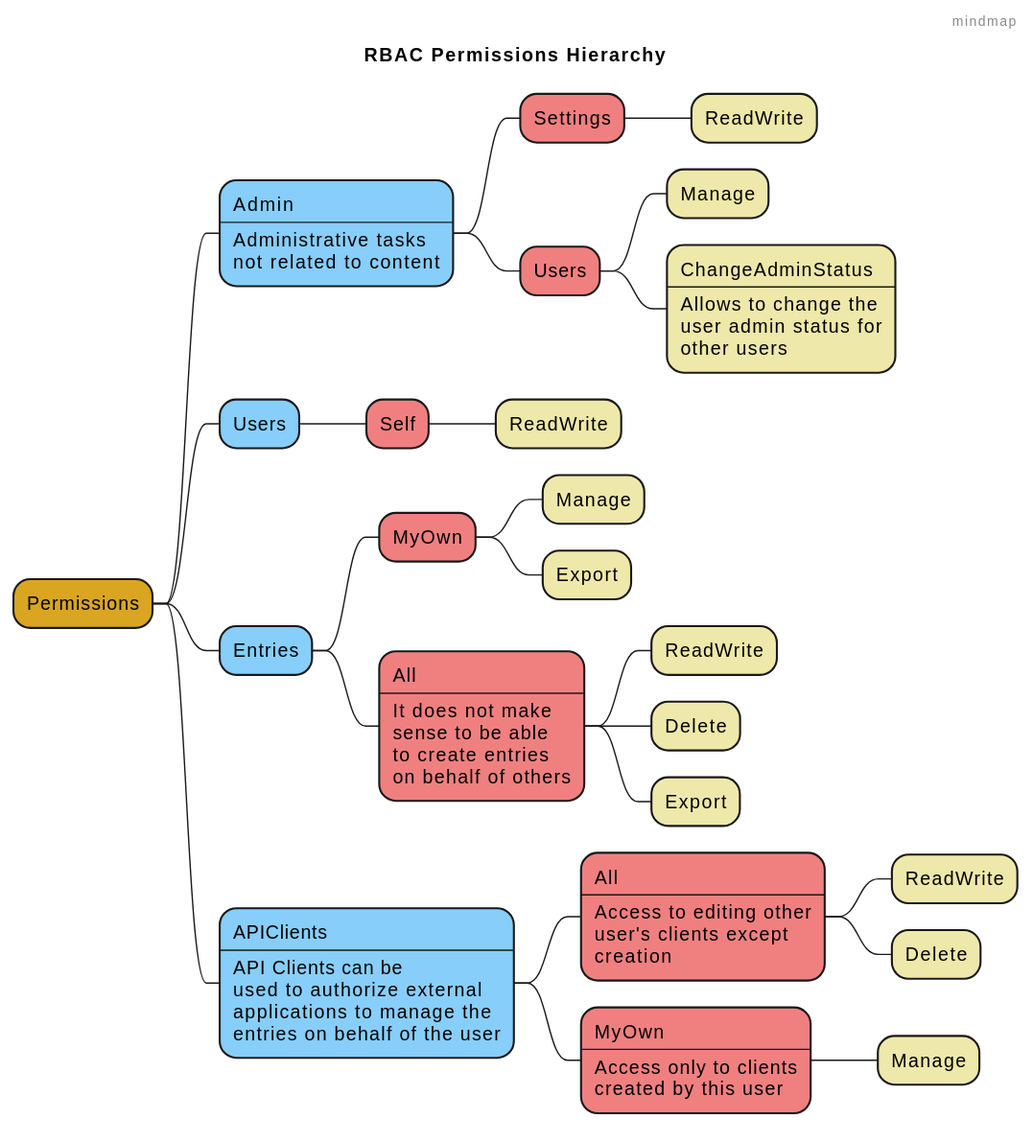
Earlier version of the PlantUML export docs/diagrams/dist/rbac-permissions-mindmap.svg (xomiachuna/wallabago). The source it was exported from:
```plantuml
@startmindmap rbac-permissions-mindmap
header mindmap
title RBAC Permissions Hierarchy
<style>
mindmapDiagram {
    :depth(0) {
        BackgroundColor GoldenRod
    }

    :depth(1) {
        BackgroundColor LightSkyBlue
    }

    :depth(2) {
        BackgroundColor LightCoral
    }

    :depth(3) {
        BackgroundColor PaleGoldenRod
    }
}
</style>
* Permissions

**:Admin
----
Administrative tasks
not related to content;
*** Settings
**** ReadWrite
*** Users
**** Manage
****:ChangeAdminStatus
----
Allows to change the
user admin status for
other users;

** Users
*** Self
**** ReadWrite

** Entries
*** MyOwn
**** Manage
**** Export
***:All
----
It does not make
sense to be able
to create entries
on behalf of others;
**** ReadWrite
**** Delete
**** Export


**:APIClients
----
API Clients can be
used to authorize external
applications to manage the
entries on behalf of the user;
***:All
----
Access to editing other
user's clients except
creation;
**** ReadWrite
**** Delete

***:MyOwn
----
Access only to clients
created by this user;
**** Manage
@endmindmap
```
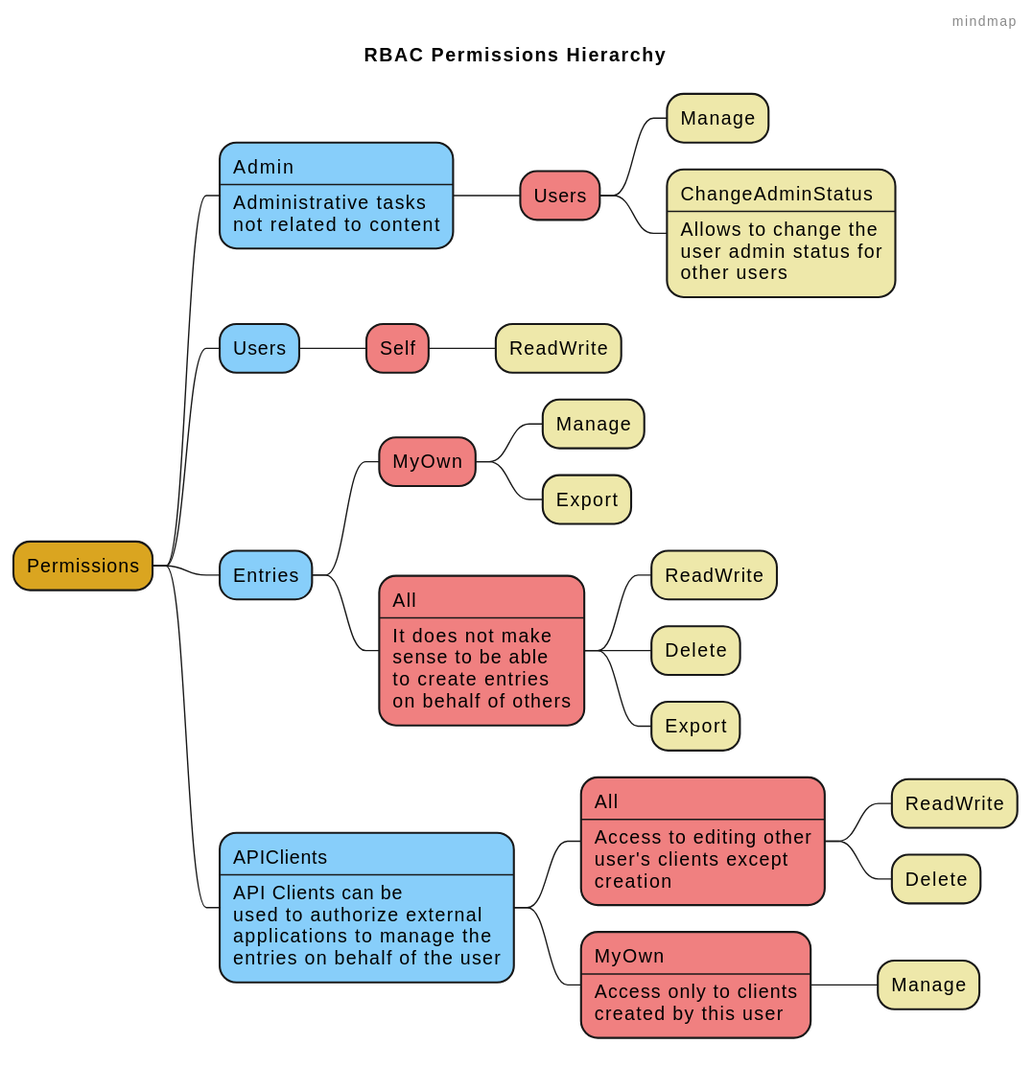
After the change.

Change to the diagram source:
```diff
@@ -26,8 +26,6 @@
 ----
 Administrative tasks
 not related to content;
-*** Settings
-**** ReadWrite
 *** Users
 **** Manage
 ****:ChangeAdminStatus
```
